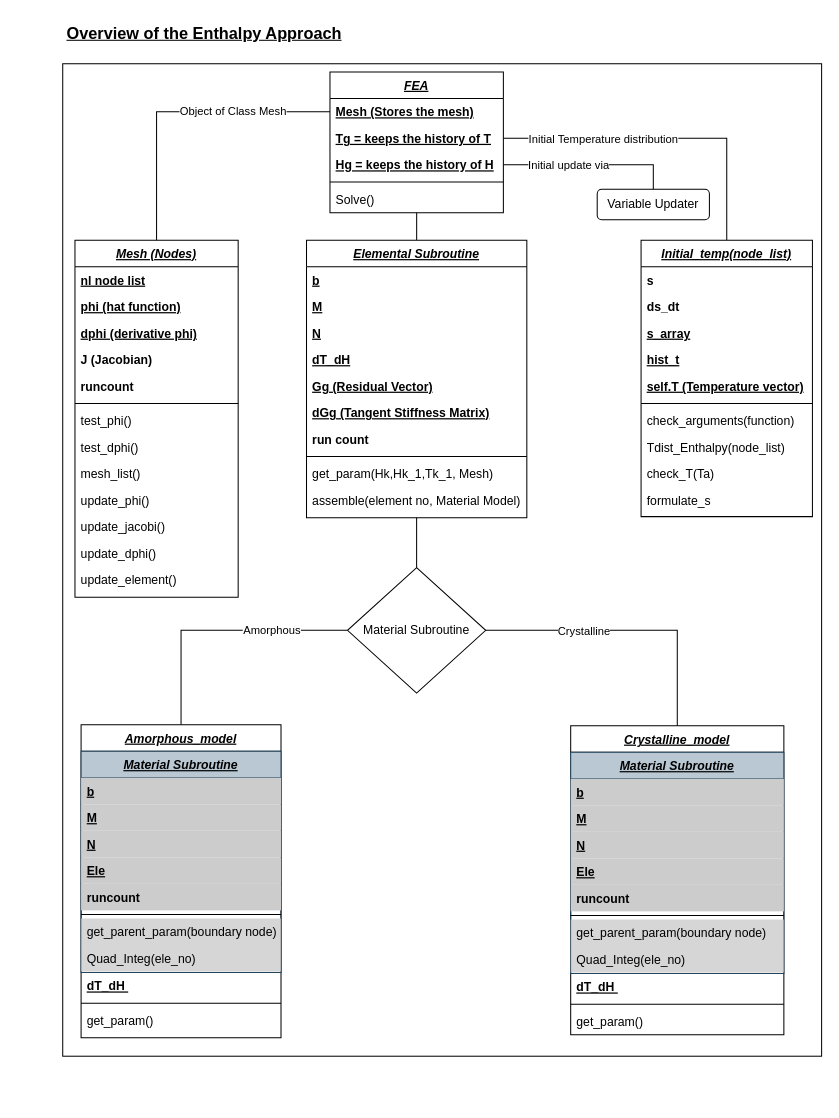
okolekar/PPP keeps this draw.io diagram as Over_View.drawio. Above is the earlier version. Source tidied: cells renumbered, new cells numbered last; positions are measured from the earlier drawing's top-left corner, leaving out a move shared by most shapes. Both pictures are drawn from the tidied source at 102%, with x=0, y=0 at pixel (17, 17).
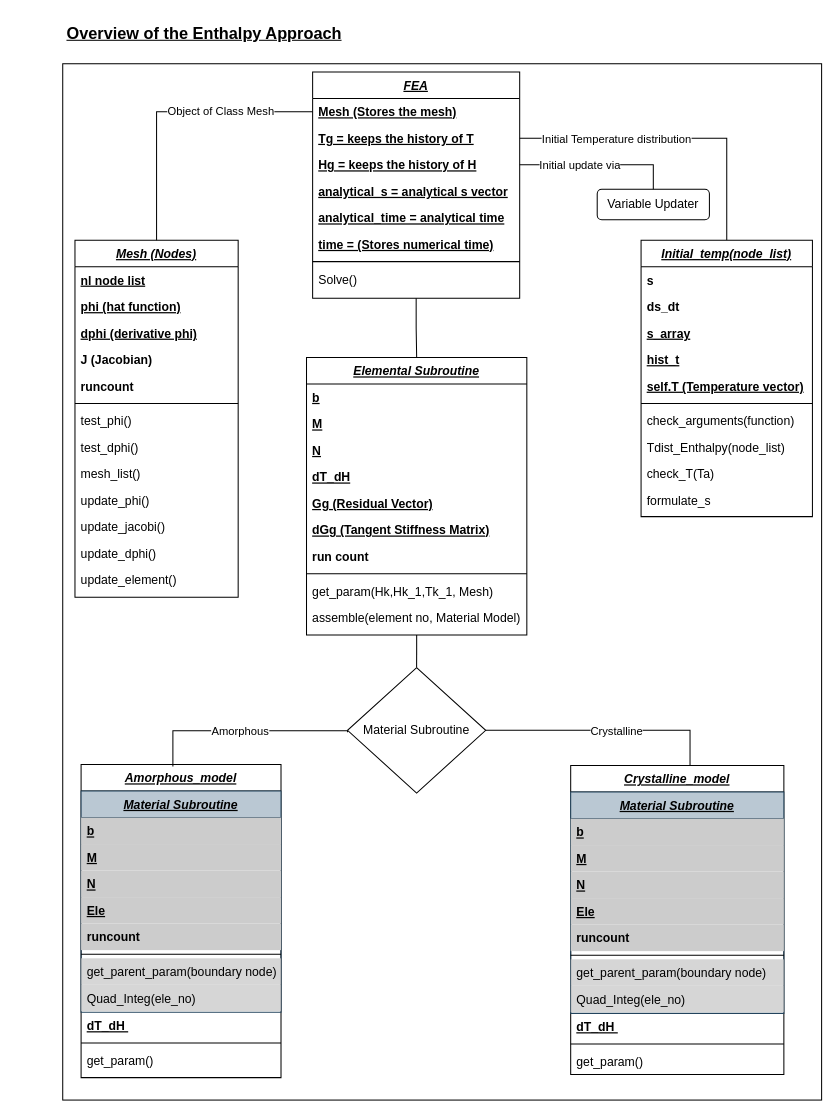
The same diagram, later.

What changed in the source:
```diff
@@
     <mxCell id="2" style="rounded=0;whiteSpace=wrap;html=1;" parent="1" vertex="1">
-      <mxGeometry x="44" y="45" width="744" height="973" as="geometry" />
+      <mxGeometry x="44" y="45" width="744" height="1016" as="geometry" />
     </mxCell>
@@
     <mxCell id="4" value="Amorphous_model" style="swimlane;fontStyle=7;align=center;verticalAlign=top;horizontal=1;startSize=26;rounded=0;shadow=0;strokeWidth=1;" parent="1" vertex="1">
-      <mxGeometry x="62" y="693" width="196" height="307" as="geometry" />
+      <mxGeometry x="62" y="732" width="196" height="307" as="geometry" />
     </mxCell>
@@
     <mxCell id="18" value="Elemental Subroutine" style="swimlane;fontStyle=7;align=center;verticalAlign=top;horizontal=1;startSize=26;rounded=0;shadow=0;strokeWidth=1;" parent="1" vertex="1">
-      <mxGeometry x="283" y="218" width="216" height="272" as="geometry" />
+      <mxGeometry x="283" y="333" width="216" height="272" as="geometry" />
     </mxCell>
@@
     <mxCell id="29" value="Crystalline_model" style="swimlane;fontStyle=7;align=center;verticalAlign=top;horizontal=1;startSize=26;rounded=0;shadow=0;strokeWidth=1;" parent="1" vertex="1">
-      <mxGeometry x="542" y="694" width="209" height="303" as="geometry" />
+      <mxGeometry x="542" y="733" width="209" height="303" as="geometry" />
     </mxCell>
@@
     <mxCell id="42" style="edgeStyle=orthogonalEdgeStyle;rounded=0;jettySize=auto;html=1;exitX=1;exitY=0.5;exitDx=0;exitDy=0;endArrow=none;endFill=0;" parent="1" edge="1" source="46" target="29">
-      <mxGeometry relative="1" as="geometry" />
+      <mxGeometry relative="1" as="geometry">
+        <Array as="points">
+          <mxPoint x="659" y="699" />
+        </Array>
+      </mxGeometry>
     </mxCell>
     <mxCell id="43" value="Crystalline" style="edgeLabel;html=1;align=center;verticalAlign=middle;" parent="42" vertex="1">
-      <mxGeometry x="-0.32" y="-1" relative="1" as="geometry" />
+      <mxGeometry x="-0.32" y="-1" relative="1" as="geometry">
+        <mxPoint x="48" as="offset" />
+      </mxGeometry>
     </mxCell>
-    <mxCell id="44" style="edgeStyle=orthogonalEdgeStyle;rounded=0;jettySize=auto;html=1;exitX=0;exitY=0.5;exitDx=0;exitDy=0;endArrow=none;endFill=0;" parent="1" edge="1" source="46" target="4">
-      <mxGeometry relative="1" as="geometry" />
+    <mxCell id="44" style="edgeStyle=orthogonalEdgeStyle;rounded=0;orthogonalLoop=1;jettySize=auto;html=1;exitX=0;exitY=0.5;exitDx=0;exitDy=0;endArrow=none;endFill=0;" parent="1" edge="1">
+      <mxGeometry relative="1" as="geometry">
+        <mxPoint x="323.2" y="700.5" as="sourcePoint" />
+        <mxPoint x="152" y="734" as="targetPoint" />
+        <Array as="points">
+          <mxPoint x="323" y="699" />
+          <mxPoint x="152" y="699" />
+        </Array>
+      </mxGeometry>
     </mxCell>
     <mxCell id="45" value="Amorphous" style="edgeLabel;html=1;align=center;verticalAlign=middle;" parent="44" vertex="1">
       <mxGeometry x="-0.41" y="1" relative="1" as="geometry">
-        <mxPoint y="-1" as="offset" />
+        <mxPoint x="-46" y="-1" as="offset" />
       </mxGeometry>
     </mxCell>
     <mxCell id="46" value="Material Subroutine" style="rhombus;whiteSpace=wrap;html=1;" parent="1" vertex="1">
-      <mxGeometry x="323.2" y="539" width="135.5" height="123" as="geometry" />
+      <mxGeometry x="323.2" y="637" width="135.5" height="123" as="geometry" />
     </mxCell>
@@
     <mxCell id="49" value="FEA" style="swimlane;fontStyle=7;align=center;verticalAlign=top;horizontal=1;startSize=26;rounded=0;shadow=0;strokeWidth=1;" parent="1" vertex="1">
-      <mxGeometry x="306" y="53" width="170" height="138" as="geometry" />
+      <mxGeometry x="289" y="53" width="203" height="222" as="geometry" />
     </mxCell>
     <mxCell id="50" value="Mesh (Stores the mesh)" style="text;align=left;verticalAlign=top;spacingLeft=4;spacingRight=4;overflow=hidden;points=[[0,0.5],[1,0.5]];portConstraint=eastwest;fontStyle=5;" parent="49" vertex="1">
-      <mxGeometry y="26" width="170" height="26" as="geometry" />
+      <mxGeometry y="26" width="203" height="26" as="geometry" />
     </mxCell>
     <mxCell id="51" value="Tg = keeps the history of T" style="text;align=left;verticalAlign=top;spacingLeft=4;spacingRight=4;overflow=hidden;points=[[0,0.5],[1,0.5]];portConstraint=eastwest;rounded=0;shadow=0;html=0;fontStyle=5;" parent="49" vertex="1">
-      <mxGeometry y="52" width="170" height="26" as="geometry" />
+      <mxGeometry y="52" width="203" height="26" as="geometry" />
     </mxCell>
     <mxCell id="52" value="Hg = keeps the history of H" style="text;align=left;verticalAlign=top;spacingLeft=4;spacingRight=4;overflow=hidden;points=[[0,0.5],[1,0.5]];portConstraint=eastwest;rounded=0;shadow=0;html=0;fontStyle=5;" parent="49" vertex="1">
-      <mxGeometry y="78" width="170" height="26" as="geometry" />
+      <mxGeometry y="78" width="203" height="26" as="geometry" />
     </mxCell>
+    <mxCell id="86" value="analytical_s = analytical s vector" style="text;align=left;verticalAlign=top;spacingLeft=4;spacingRight=4;overflow=hidden;rounded=0;shadow=0;html=0;fontStyle=5;" parent="49" vertex="1">
+      <mxGeometry y="104" width="203" height="26" as="geometry" />
+    </mxCell>
+    <mxCell id="87" value="analytical_time = analytical time" style="text;align=left;verticalAlign=top;spacingLeft=4;spacingRight=4;overflow=hidden;rounded=0;shadow=0;html=0;fontStyle=5;" parent="49" vertex="1">
+      <mxGeometry y="130" width="203" height="26" as="geometry" />
+    </mxCell>
+    <mxCell id="88" value="time = (Stores numerical time)" style="text;align=left;verticalAlign=top;spacingLeft=4;spacingRight=4;overflow=hidden;rounded=0;shadow=0;html=0;fontStyle=5;" parent="49" vertex="1">
+      <mxGeometry y="156" width="203" height="26" as="geometry" />
+    </mxCell>
     <mxCell id="53" style="line;html=1;strokeWidth=1;align=left;verticalAlign=middle;spacingTop=-1;spacingLeft=3;spacingRight=3;labelPosition=right;" parent="49" vertex="1">
-      <mxGeometry y="104" width="170" height="8" as="geometry" />
+      <mxGeometry y="182" width="203" height="8" as="geometry" />
     </mxCell>
     <mxCell id="54" value="Solve()" style="text;align=left;verticalAlign=top;spacingLeft=4;spacingRight=4;overflow=hidden;" parent="49" vertex="1">
-      <mxGeometry y="112" width="170" height="26" as="geometry" />
+      <mxGeometry y="190" width="203" height="26" as="geometry" />
     </mxCell>
```
